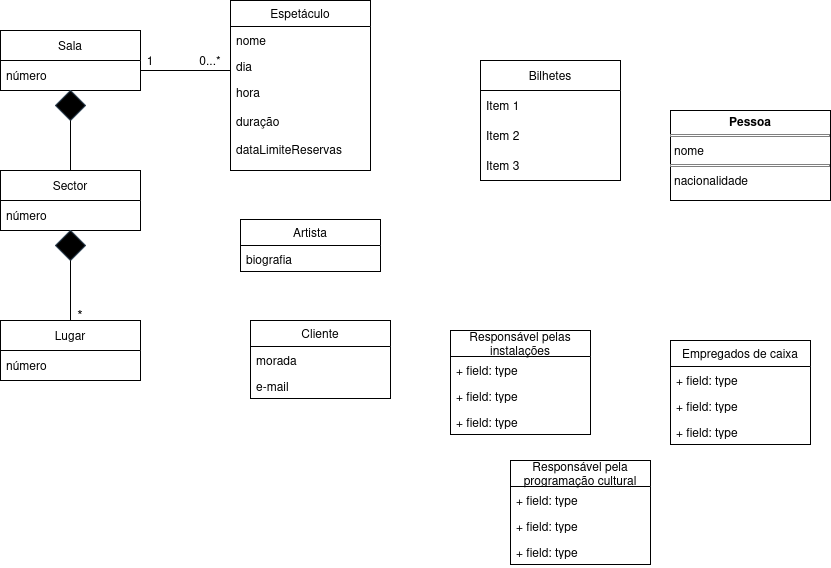
Earlier version of the draw.io export UML1.drawio.png (leorsd/ESOF_UML). Source tidied: cells renumbered, new cells last; positions are measured from the earlier drawing's top-left corner, leaving out a move shared by most shapes.
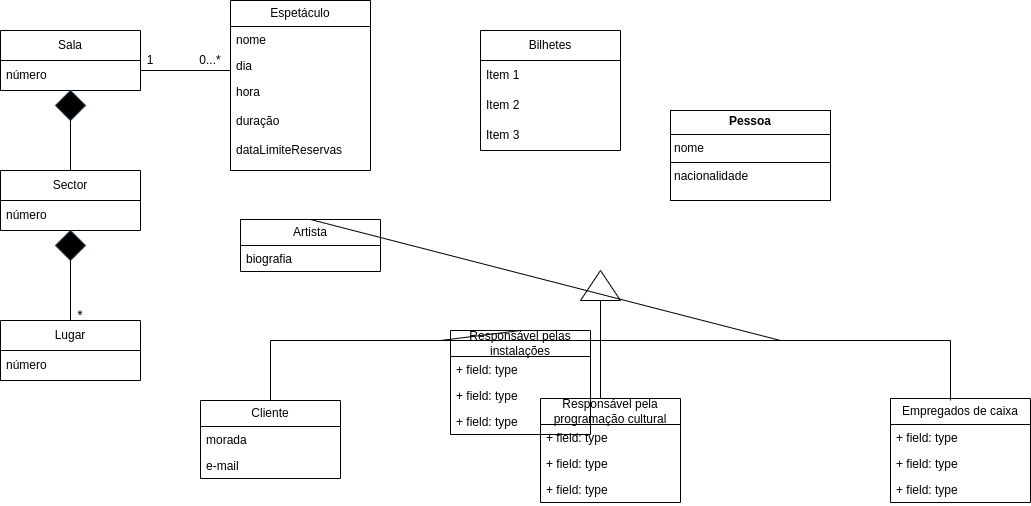
After the change.

Change to the diagram source:
```diff
@@ -61,7 +61,7 @@
       <mxGeometry y="78" width="140" height="92" as="geometry" />
     </mxCell>
     <mxCell id="20" value="Cliente" style="swimlane;fontStyle=0;horizontal=1;startSize=26;fillColor=none;whiteSpace=wrap;html=1;" parent="1" vertex="1">
-      <mxGeometry x="250" y="320" width="140" height="78" as="geometry" />
+      <mxGeometry x="200" y="400" width="140" height="78" as="geometry" />
     </mxCell>
     <mxCell id="21" value="morada" style="text;strokeColor=none;fillColor=none;align=left;verticalAlign=top;spacingLeft=4;spacingRight=4;overflow=hidden;whiteSpace=wrap;html=1;" parent="20" vertex="1">
       <mxGeometry y="26" width="140" height="26" as="geometry" />
@@ -79,7 +79,7 @@
       </mxGeometry>
     </mxCell>
     <mxCell id="25" value="Empregados de caixa" style="swimlane;fontStyle=0;horizontal=1;startSize=26;fillColor=none;whiteSpace=wrap;html=1;" parent="1" vertex="1">
-      <mxGeometry x="670" y="340" width="140" height="104" as="geometry" />
+      <mxGeometry x="890" y="398" width="140" height="104" as="geometry" />
     </mxCell>
     <mxCell id="26" value="+ field: type" style="text;strokeColor=none;fillColor=none;align=left;verticalAlign=top;spacingLeft=4;spacingRight=4;overflow=hidden;whiteSpace=wrap;html=1;" parent="25" vertex="1">
       <mxGeometry y="26" width="140" height="26" as="geometry" />
@@ -103,7 +103,7 @@
       <mxGeometry y="78" width="140" height="26" as="geometry" />
     </mxCell>
     <mxCell id="33" value="Responsável pela programação cultural" style="swimlane;fontStyle=0;horizontal=1;startSize=26;fillColor=none;whiteSpace=wrap;html=1;" parent="1" vertex="1">
-      <mxGeometry x="510" y="460" width="140" height="104" as="geometry" />
+      <mxGeometry x="540" y="398" width="140" height="104" as="geometry" />
     </mxCell>
     <mxCell id="34" value="+ field: type" style="text;strokeColor=none;fillColor=none;align=left;verticalAlign=top;spacingLeft=4;spacingRight=4;overflow=hidden;whiteSpace=wrap;html=1;" parent="33" vertex="1">
       <mxGeometry y="26" width="140" height="26" as="geometry" />
@@ -115,7 +115,7 @@
       <mxGeometry y="78" width="140" height="26" as="geometry" />
     </mxCell>
     <mxCell id="37" value="Bilhetes" style="swimlane;fontStyle=0;horizontal=1;startSize=30;whiteSpace=wrap;html=1;" parent="1" vertex="1">
-      <mxGeometry x="480" y="60" width="140" height="120" as="geometry" />
+      <mxGeometry x="480" y="30" width="140" height="120" as="geometry" />
     </mxCell>
     <mxCell id="38" value="Item 1" style="text;strokeColor=none;fillColor=none;align=left;verticalAlign=middle;spacingLeft=4;spacingRight=4;overflow=hidden;whiteSpace=wrap;html=1;" parent="37" vertex="1">
       <mxGeometry y="30" width="140" height="30" as="geometry" />
@@ -126,8 +126,47 @@
     <mxCell id="40" value="Item 3" style="text;strokeColor=none;fillColor=none;align=left;verticalAlign=middle;spacingLeft=4;spacingRight=4;overflow=hidden;whiteSpace=wrap;html=1;" parent="37" vertex="1">
       <mxGeometry y="90" width="140" height="30" as="geometry" />
     </mxCell>
+    <mxCell id="42" style="triangle;whiteSpace=wrap;html=1;rotation=-180;direction=south;" parent="1" vertex="1">
+      <mxGeometry x="580" y="270" width="40" height="30" as="geometry" />
+    </mxCell>
     <mxCell id="41" value="0...*" style="text;html=1;align=center;verticalAlign=middle;whiteSpace=wrap;rounded=0;" parent="1" vertex="1">
       <mxGeometry x="180" y="45" width="60" height="30" as="geometry" />
     </mxCell>
+    <mxCell id="43" style="endArrow=none;html=1;rounded=0;entryX=0;entryY=0.5;entryDx=0;entryDy=0;exitX=0.5;exitY=0;exitDx=0;exitDy=0;" parent="1" edge="1" source="20" target="42">
+      <mxGeometry relative="1" as="geometry">
+        <Array as="points">
+          <mxPoint x="270" y="340" />
+          <mxPoint x="600" y="340" />
+        </Array>
+      </mxGeometry>
+    </mxCell>
+    <mxCell id="44" style="endArrow=none;html=1;rounded=0;exitX=0.5;exitY=0;exitDx=0;exitDy=0;" parent="1" edge="1" source="29">
+      <mxGeometry relative="1" as="geometry">
+        <mxPoint x="440" y="340" as="targetPoint" />
+      </mxGeometry>
+    </mxCell>
+    <mxCell id="45" style="endArrow=none;html=1;rounded=0;" parent="1" edge="1">
+      <mxGeometry relative="1" as="geometry">
+        <mxPoint x="570" y="340" as="sourcePoint" />
+        <mxPoint x="950" y="340" as="targetPoint" />
+      </mxGeometry>
+    </mxCell>
+    <mxCell id="46" style="endArrow=none;html=1;rounded=0;exitX=0.5;exitY=0;exitDx=0;exitDy=0;" parent="1" edge="1" source="2">
+      <mxGeometry relative="1" as="geometry">
+        <mxPoint x="780" y="340" as="targetPoint" />
+      </mxGeometry>
+    </mxCell>
+    <mxCell id="47" style="endArrow=none;html=1;rounded=0;exitX=0.5;exitY=0;exitDx=0;exitDy=0;" parent="1" edge="1">
+      <mxGeometry relative="1" as="geometry">
+        <mxPoint x="950" y="400" as="sourcePoint" />
+        <mxPoint x="950" y="340" as="targetPoint" />
+      </mxGeometry>
+    </mxCell>
+    <mxCell id="48" style="endArrow=none;html=1;rounded=0;exitX=0.5;exitY=0;exitDx=0;exitDy=0;" parent="1" edge="1">
+      <mxGeometry relative="1" as="geometry">
+        <mxPoint x="600" y="398" as="sourcePoint" />
+        <mxPoint x="600" y="338" as="targetPoint" />
+      </mxGeometry>
+    </mxCell>
   </root>
 </mxGraphModel>
```
